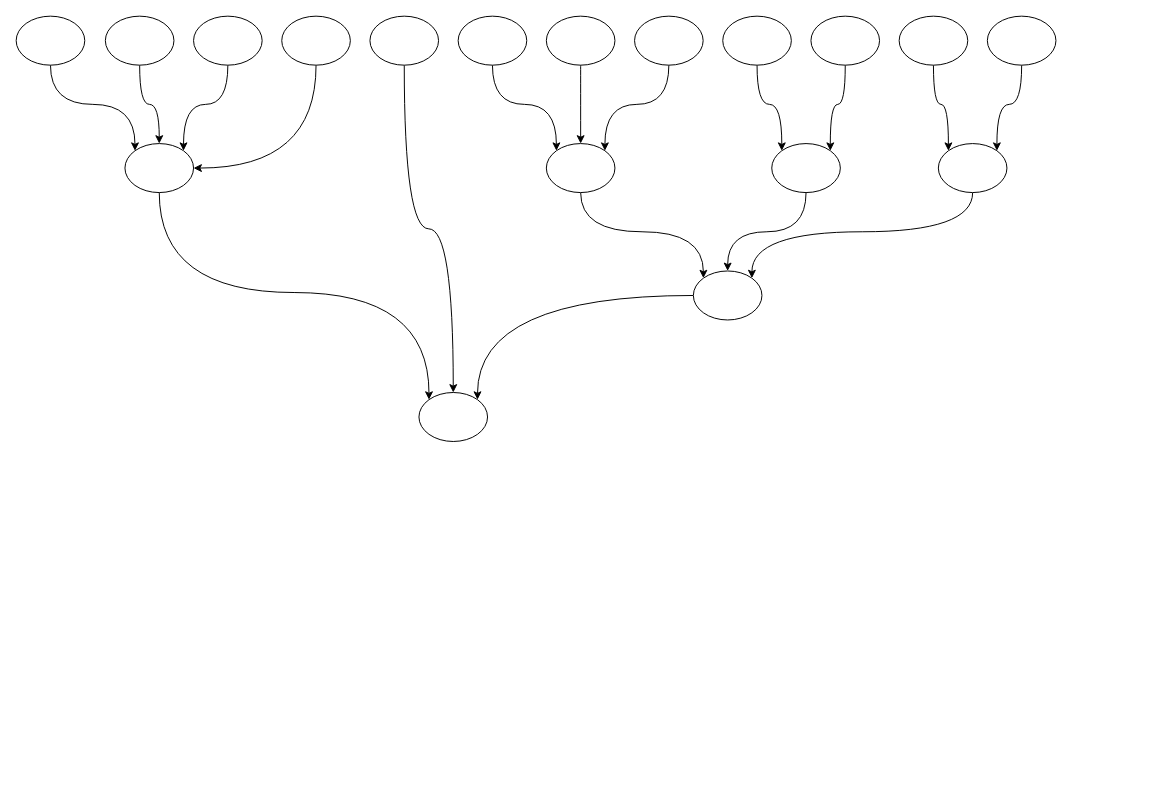
Earlier version of the draw.io diagram verilator_digrams/digraph_demo.drawio (Dercury/CLDK). Source tidied: cells renumbered, new cells numbered last; positions are measured from the earlier drawing's top-left corner, leaving out a move shared by most shapes. Both pictures are drawn from the tidied source at 98%, with x=0, y=0 at pixel (16, 16).
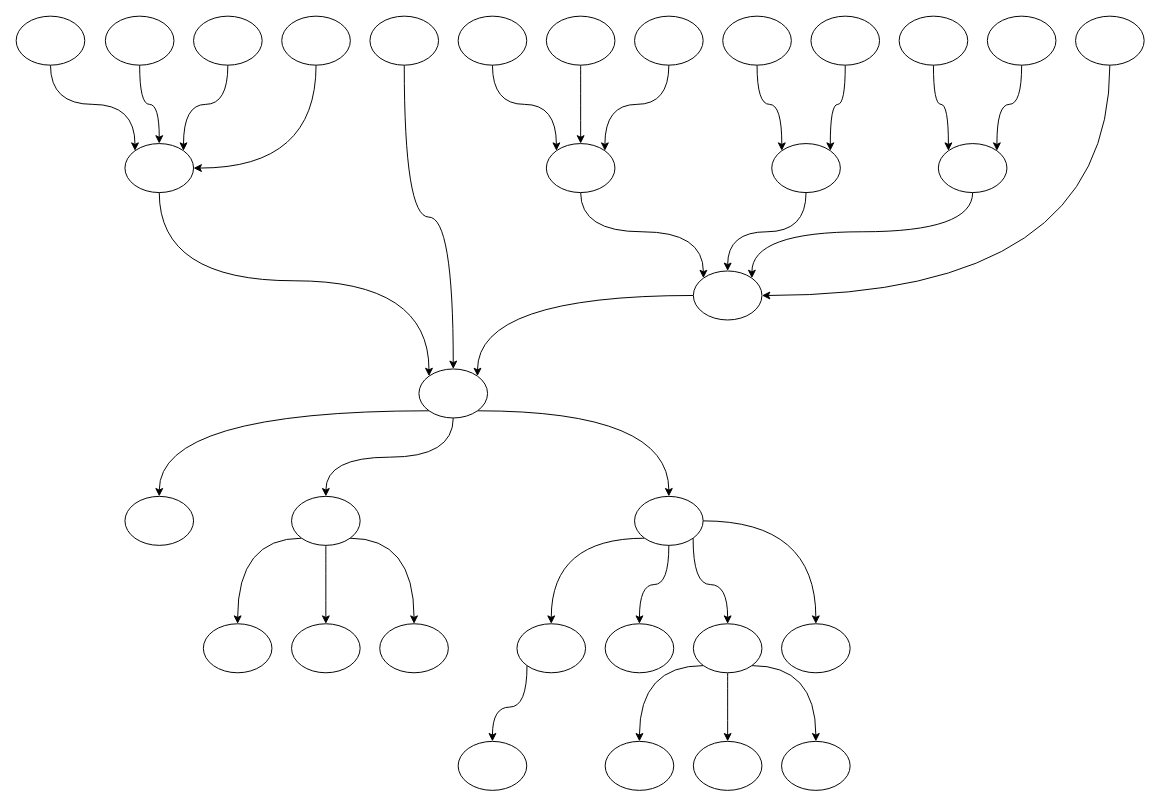
The same page after the edit.

Unchanged cells that the change refers to:
```xml
<mxCell id="36" style="ellipse;whiteSpace=wrap;html=1;" parent="1" vertex="1">
  <mxGeometry x="691" y="260" width="70" height="50" as="geometry" />
</mxCell>
```

The edit, as a diff of the source:
```diff
@@
+    <mxCell id="37" style="edgeStyle=orthogonalEdgeStyle;curved=1;rounded=0;jettySize=auto;html=1;exitX=0.5;exitY=1;exitDx=0;exitDy=0;" parent="1" edge="1" source="24" target="44">
+      <mxGeometry relative="1" as="geometry" />
+    </mxCell>
+    <mxCell id="38" style="edgeStyle=orthogonalEdgeStyle;curved=1;rounded=0;jettySize=auto;html=1;exitX=1;exitY=1;exitDx=0;exitDy=0;" parent="1" edge="1" source="24" target="49">
+      <mxGeometry relative="1" as="geometry" />
+    </mxCell>
+    <mxCell id="39" style="edgeStyle=orthogonalEdgeStyle;curved=1;rounded=0;jettySize=auto;html=1;exitX=0;exitY=1;exitDx=0;exitDy=0;entryX=0.5;entryY=0;entryDx=0;entryDy=0;" parent="1" edge="1" source="24" target="40">
+      <mxGeometry relative="1" as="geometry" />
+    </mxCell>
     <mxCell id="24" style="ellipse;whiteSpace=wrap;html=1;" parent="1" vertex="1">
-      <mxGeometry x="411" y="384" width="70" height="50" as="geometry" />
+      <mxGeometry x="411" y="360" width="70" height="50" as="geometry" />
     </mxCell>
@@
+    <mxCell id="40" style="ellipse;whiteSpace=wrap;html=1;" parent="1" vertex="1">
+      <mxGeometry x="111" y="490" width="70" height="50" as="geometry" />
+    </mxCell>
+    <mxCell id="41" style="edgeStyle=orthogonalEdgeStyle;curved=1;rounded=0;jettySize=auto;html=1;exitX=0;exitY=1;exitDx=0;exitDy=0;entryX=0.5;entryY=0;entryDx=0;entryDy=0;" parent="1" edge="1" source="44" target="50">
+      <mxGeometry relative="1" as="geometry" />
+    </mxCell>
+    <mxCell id="42" style="edgeStyle=orthogonalEdgeStyle;curved=1;rounded=0;jettySize=auto;html=1;exitX=0.5;exitY=1;exitDx=0;exitDy=0;" parent="1" edge="1" source="44" target="51">
+      <mxGeometry relative="1" as="geometry" />
+    </mxCell>
+    <mxCell id="43" style="edgeStyle=orthogonalEdgeStyle;curved=1;rounded=0;jettySize=auto;html=1;exitX=1;exitY=1;exitDx=0;exitDy=0;" parent="1" edge="1" source="44" target="52">
+      <mxGeometry relative="1" as="geometry" />
+    </mxCell>
+    <mxCell id="44" style="ellipse;whiteSpace=wrap;html=1;" parent="1" vertex="1">
+      <mxGeometry x="281" y="490" width="70" height="50" as="geometry" />
+    </mxCell>
+    <mxCell id="45" style="edgeStyle=orthogonalEdgeStyle;curved=1;rounded=0;jettySize=auto;html=1;exitX=0;exitY=1;exitDx=0;exitDy=0;" parent="1" edge="1" source="49" target="54">
+      <mxGeometry relative="1" as="geometry" />
+    </mxCell>
+    <mxCell id="46" style="edgeStyle=orthogonalEdgeStyle;curved=1;rounded=0;jettySize=auto;html=1;exitX=0.5;exitY=1;exitDx=0;exitDy=0;entryX=0.5;entryY=0;entryDx=0;entryDy=0;" parent="1" edge="1" source="49" target="55">
+      <mxGeometry relative="1" as="geometry" />
+    </mxCell>
+    <mxCell id="47" style="edgeStyle=orthogonalEdgeStyle;curved=1;rounded=0;jettySize=auto;html=1;exitX=1;exitY=1;exitDx=0;exitDy=0;" parent="1" edge="1" source="49" target="59">
+      <mxGeometry relative="1" as="geometry" />
+    </mxCell>
+    <mxCell id="48" style="edgeStyle=orthogonalEdgeStyle;curved=1;rounded=0;jettySize=auto;html=1;exitX=1;exitY=0.5;exitDx=0;exitDy=0;" parent="1" edge="1" source="49" target="60">
+      <mxGeometry relative="1" as="geometry" />
+    </mxCell>
+    <mxCell id="49" style="ellipse;whiteSpace=wrap;html=1;" parent="1" vertex="1">
+      <mxGeometry x="631" y="490" width="70" height="50" as="geometry" />
+    </mxCell>
+    <mxCell id="50" style="ellipse;whiteSpace=wrap;html=1;" parent="1" vertex="1">
+      <mxGeometry x="191" y="620" width="70" height="50" as="geometry" />
+    </mxCell>
+    <mxCell id="51" style="ellipse;whiteSpace=wrap;html=1;" parent="1" vertex="1">
+      <mxGeometry x="281" y="620" width="70" height="50" as="geometry" />
+    </mxCell>
+    <mxCell id="52" style="ellipse;whiteSpace=wrap;html=1;" parent="1" vertex="1">
+      <mxGeometry x="371" y="620" width="70" height="50" as="geometry" />
+    </mxCell>
+    <mxCell id="53" style="edgeStyle=orthogonalEdgeStyle;curved=1;rounded=0;jettySize=auto;html=1;exitX=0;exitY=1;exitDx=0;exitDy=0;" parent="1" edge="1" source="54" target="64">
+      <mxGeometry relative="1" as="geometry" />
+    </mxCell>
+    <mxCell id="54" style="ellipse;whiteSpace=wrap;html=1;" parent="1" vertex="1">
+      <mxGeometry x="511" y="620" width="70" height="50" as="geometry" />
+    </mxCell>
+    <mxCell id="55" style="ellipse;whiteSpace=wrap;html=1;" parent="1" vertex="1">
+      <mxGeometry x="601" y="620" width="70" height="50" as="geometry" />
+    </mxCell>
+    <mxCell id="56" style="edgeStyle=orthogonalEdgeStyle;curved=1;rounded=0;jettySize=auto;html=1;exitX=0;exitY=1;exitDx=0;exitDy=0;entryX=0.5;entryY=0;entryDx=0;entryDy=0;" parent="1" edge="1" source="59" target="61">
+      <mxGeometry relative="1" as="geometry" />
+    </mxCell>
+    <mxCell id="57" style="edgeStyle=orthogonalEdgeStyle;curved=1;rounded=0;jettySize=auto;html=1;exitX=0.5;exitY=1;exitDx=0;exitDy=0;entryX=0.5;entryY=0;entryDx=0;entryDy=0;" parent="1" edge="1" source="59" target="62">
+      <mxGeometry relative="1" as="geometry" />
+    </mxCell>
+    <mxCell id="58" style="edgeStyle=orthogonalEdgeStyle;curved=1;rounded=0;jettySize=auto;html=1;exitX=1;exitY=1;exitDx=0;exitDy=0;" parent="1" edge="1" source="59" target="63">
+      <mxGeometry relative="1" as="geometry" />
+    </mxCell>
+    <mxCell id="59" style="ellipse;whiteSpace=wrap;html=1;" parent="1" vertex="1">
+      <mxGeometry x="691" y="620" width="70" height="50" as="geometry" />
+    </mxCell>
+    <mxCell id="60" style="ellipse;whiteSpace=wrap;html=1;" parent="1" vertex="1">
+      <mxGeometry x="781" y="620" width="70" height="50" as="geometry" />
+    </mxCell>
+    <mxCell id="61" style="ellipse;whiteSpace=wrap;html=1;" parent="1" vertex="1">
+      <mxGeometry x="601" y="740" width="70" height="50" as="geometry" />
+    </mxCell>
+    <mxCell id="62" style="ellipse;whiteSpace=wrap;html=1;" parent="1" vertex="1">
+      <mxGeometry x="691" y="740" width="70" height="50" as="geometry" />
+    </mxCell>
+    <mxCell id="63" style="ellipse;whiteSpace=wrap;html=1;" parent="1" vertex="1">
+      <mxGeometry x="781" y="740" width="70" height="50" as="geometry" />
+    </mxCell>
+    <mxCell id="64" style="ellipse;whiteSpace=wrap;html=1;" parent="1" vertex="1">
+      <mxGeometry x="451" y="740" width="70" height="50" as="geometry" />
+    </mxCell>
+    <mxCell id="65" style="edgeStyle=orthogonalEdgeStyle;curved=1;rounded=0;jettySize=auto;html=1;exitX=0.5;exitY=1;exitDx=0;exitDy=0;entryX=1;entryY=0.5;entryDx=0;entryDy=0;" parent="1" edge="1" source="66" target="36">
+      <mxGeometry relative="1" as="geometry" />
+    </mxCell>
+    <mxCell id="66" style="ellipse;whiteSpace=wrap;html=1;" parent="1" vertex="1">
+      <mxGeometry x="1081" width="70" height="50" as="geometry" />
+    </mxCell>
```
